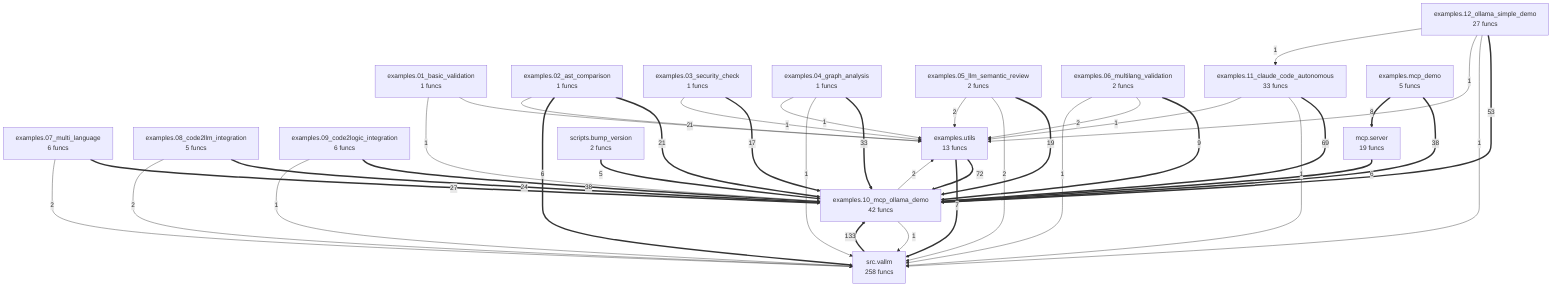
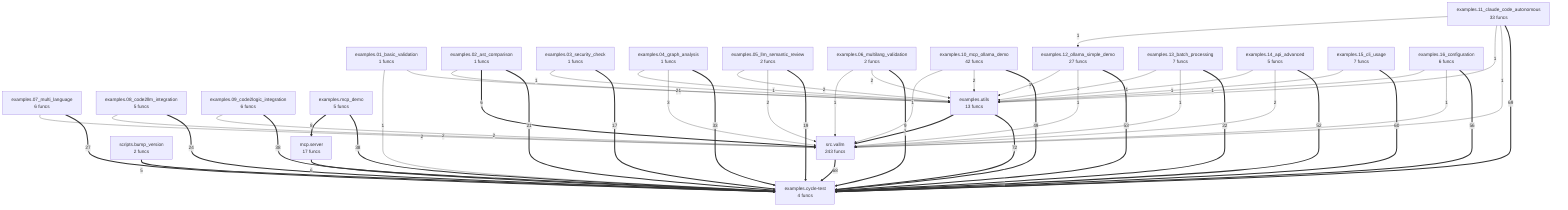
flowchart TD
+ %% generated in 0.03s
    examples__01_basic_validation["examples.01_basic_validation<br/>1 funcs"]
    examples__02_ast_comparison["examples.02_ast_comparison<br/>1 funcs"]
    examples__03_security_check["examples.03_security_check<br/>1 funcs"]
    examples__04_graph_analysis["examples.04_graph_analysis<br/>1 funcs"]
    examples__05_llm_semantic_review["examples.05_llm_semantic_review<br/>2 funcs"]
    examples__06_multilang_validation["examples.06_multilang_validation<br/>2 funcs"]
    examples__07_multi_language["examples.07_multi_language<br/>6 funcs"]
    examples__08_code2llm_integration["examples.08_code2llm_integration<br/>5 funcs"]
    examples__09_code2logic_integration["examples.09_code2logic_integration<br/>6 funcs"]
    examples__10_mcp_ollama_demo["examples.10_mcp_ollama_demo<br/>42 funcs"]
    examples__11_claude_code_autonomous["examples.11_claude_code_autonomous<br/>33 funcs"]
    examples__12_ollama_simple_demo["examples.12_ollama_simple_demo<br/>27 funcs"]
+     examples__13_batch_processing["examples.13_batch_processing<br/>7 funcs"]
+     examples__14_api_advanced["examples.14_api_advanced<br/>5 funcs"]
+     examples__15_cli_usage["examples.15_cli_usage<br/>7 funcs"]
+     examples__16_configuration["examples.16_configuration<br/>6 funcs"]
+     examples__cycle_test["examples.cycle-test<br/>4 funcs"]
    examples__mcp_demo["examples.mcp_demo<br/>5 funcs"]
    examples__utils["examples.utils<br/>13 funcs"]
-     mcp__server["mcp.server<br/>19 funcs"]
+     mcp__server["mcp.server<br/>17 funcs"]
    scripts__bump_version["scripts.bump_version<br/>2 funcs"]
-     src__vallm["src.vallm<br/>258 funcs"]
-     src__vallm ==>|133| examples__10_mcp_ollama_demo
-     examples__utils ==>|72| examples__10_mcp_ollama_demo
-     examples__11_claude_code_autonomous ==>|69| examples__10_mcp_ollama_demo
-     examples__12_ollama_simple_demo ==>|53| examples__10_mcp_ollama_demo
-     examples__09_code2logic_integration ==>|38| examples__10_mcp_ollama_demo
-     examples__mcp_demo ==>|38| examples__10_mcp_ollama_demo
-     examples__04_graph_analysis ==>|33| examples__10_mcp_ollama_demo
-     examples__07_multi_language ==>|27| examples__10_mcp_ollama_demo
-     examples__08_code2llm_integration ==>|24| examples__10_mcp_ollama_demo
-     examples__02_ast_comparison ==>|21| examples__10_mcp_ollama_demo
-     examples__05_llm_semantic_review ==>|19| examples__10_mcp_ollama_demo
-     examples__03_security_check ==>|17| examples__10_mcp_ollama_demo
-     examples__06_multilang_validation ==>|9| examples__10_mcp_ollama_demo
+     src__vallm["src.vallm<br/>243 funcs"]
+     examples__utils ==>|72| examples__cycle_test
+     examples__11_claude_code_autonomous ==>|69| examples__cycle_test
+     src__vallm ==>|68| examples__cycle_test
+     examples__15_cli_usage ==>|60| examples__cycle_test
+     examples__16_configuration ==>|56| examples__cycle_test
+     examples__12_ollama_simple_demo ==>|53| examples__cycle_test
+     examples__14_api_advanced ==>|52| examples__cycle_test
+     examples__10_mcp_ollama_demo ==>|49| examples__cycle_test
+     examples__09_code2logic_integration ==>|38| examples__cycle_test
+     examples__mcp_demo ==>|38| examples__cycle_test
+     examples__04_graph_analysis ==>|33| examples__cycle_test
+     examples__07_multi_language ==>|27| examples__cycle_test
+     examples__08_code2llm_integration ==>|24| examples__cycle_test
+     examples__13_batch_processing ==>|22| examples__cycle_test
+     examples__02_ast_comparison ==>|21| examples__cycle_test
+     examples__05_llm_semantic_review ==>|19| examples__cycle_test
+     examples__03_security_check ==>|17| examples__cycle_test
+     examples__06_multilang_validation ==>|9| examples__cycle_test
    examples__mcp_demo ==>|8| mcp__server
    examples__utils ==>|7| src__vallm
    examples__02_ast_comparison ==>|6| src__vallm
-     mcp__server ==>|6| examples__10_mcp_ollama_demo
-     scripts__bump_version ==>|5| examples__10_mcp_ollama_demo
+     mcp__server ==>|6| examples__cycle_test
+     scripts__bump_version ==>|5| examples__cycle_test
+     examples__04_graph_analysis -->|3| src__vallm
    examples__05_llm_semantic_review -->|2| src__vallm
-     examples__05_llm_semantic_review -->|2| examples__utils
+     examples__09_code2logic_integration -->|2| src__vallm
    examples__01_basic_validation -->|2| examples__utils
    examples__06_multilang_validation -->|2| examples__utils
    examples__07_multi_language -->|2| src__vallm
+     examples__14_api_advanced -->|2| src__vallm
+     examples__08_code2llm_integration -->|2| src__vallm
    examples__10_mcp_ollama_demo -->|2| examples__utils
-     examples__08_code2llm_integration -->|2| src__vallm
-     examples__09_code2logic_integration -->|1| src__vallm
-     examples__04_graph_analysis -->|1| src__vallm
+     examples__05_llm_semantic_review -->|2| examples__utils
    examples__04_graph_analysis -->|1| examples__utils
+     examples__11_claude_code_autonomous -->|1| src__vallm
+     examples__11_claude_code_autonomous -->|1| examples__utils
+     examples__01_basic_validation -->|1| examples__cycle_test
+     examples__11_claude_code_autonomous -->|1| examples__12_ollama_simple_demo
+     examples__06_multilang_validation -->|1| src__vallm
+     examples__02_ast_comparison -->|1| examples__utils
    examples__12_ollama_simple_demo -->|1| src__vallm
    examples__12_ollama_simple_demo -->|1| examples__utils
-     examples__12_ollama_simple_demo -->|1| examples__11_claude_code_autonomous
-     examples__11_claude_code_autonomous -->|1| src__vallm
-     examples__11_claude_code_autonomous -->|1| examples__utils
-     examples__01_basic_validation -->|1| examples__10_mcp_ollama_demo
-     examples__02_ast_comparison -->|1| examples__utils
-     examples__06_multilang_validation -->|1| src__vallm
    examples__03_security_check -->|1| examples__utils
+     examples__16_configuration -->|1| src__vallm
+     examples__16_configuration -->|1| examples__utils
+     examples__14_api_advanced -->|1| examples__utils
    examples__10_mcp_ollama_demo -->|1| src__vallm
+     examples__15_cli_usage -->|1| examples__utils
+     examples__13_batch_processing -->|1| src__vallm
+     examples__13_batch_processing -->|1| examples__utils
